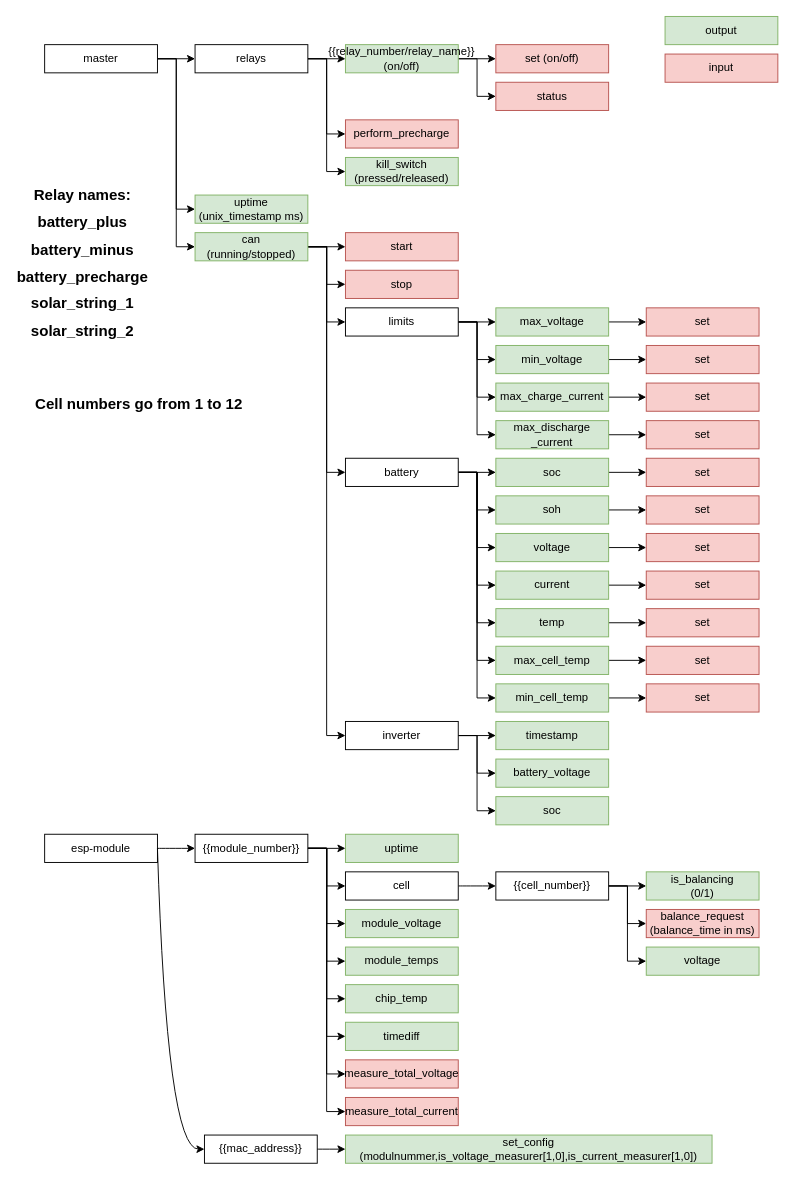
SunshadeCorp/EasyBMS-master keeps this draw.io diagram as mqtt_topics.drawio. Above is the earlier version. Source tidied: cells renumbered, new cells numbered last; positions are measured from the earlier drawing's top-left corner, leaving out a move shared by most shapes. Both pictures are drawn from the tidied source at 94%, with x=0, y=0 at pixel (35, 16).
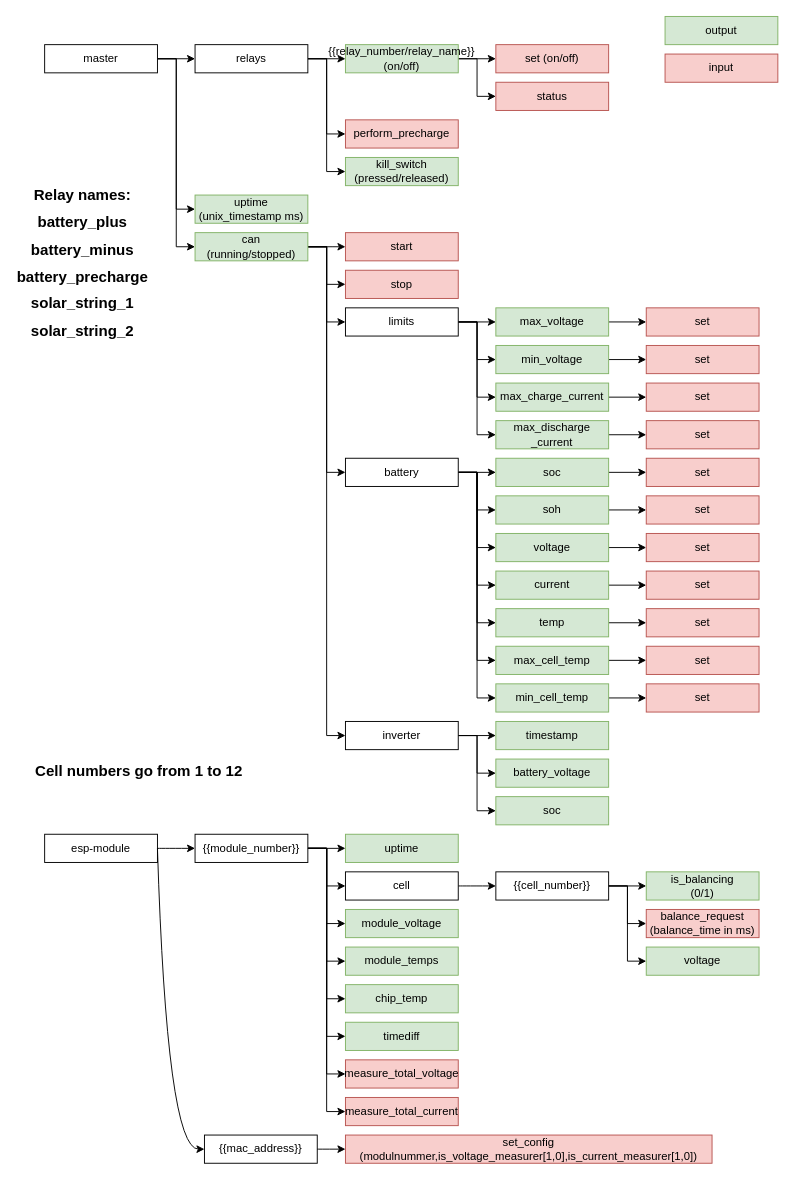
After the change.

Diff of the diagram source:
```diff
@@
-    <mxCell id="109" value="set_config&lt;br&gt;(modulnummer,is_voltage_measurer[1,0],is_current_measurer[1,0])&lt;br&gt;" style="rounded=0;whiteSpace=wrap;html=1;fillColor=#d5e8d4;strokeColor=#82b366;" parent="1" vertex="1">
+    <mxCell id="109" value="set_config&lt;br&gt;(modulnummer,is_voltage_measurer[1,0],is_current_measurer[1,0])&lt;br&gt;" style="rounded=0;whiteSpace=wrap;html=1;fillColor=#f8cecc;strokeColor=#b85450;" parent="1" vertex="1">
       <mxGeometry x="330" y="1190" width="390" height="30" as="geometry" />
     </mxCell>
@@
     <mxCell id="113" value="&lt;font style=&quot;font-size: 16px&quot;&gt;Cell numbers go from 1 to 12&lt;br&gt;&lt;/font&gt;" style="text;strokeColor=none;fillColor=none;html=1;fontSize=24;fontStyle=1;verticalAlign=middle;align=center;" parent="1" vertex="1">
-      <mxGeometry x="60" y="390" width="100" height="40" as="geometry" />
+      <mxGeometry x="60" y="780" width="100" height="40" as="geometry" />
     </mxCell>
```
